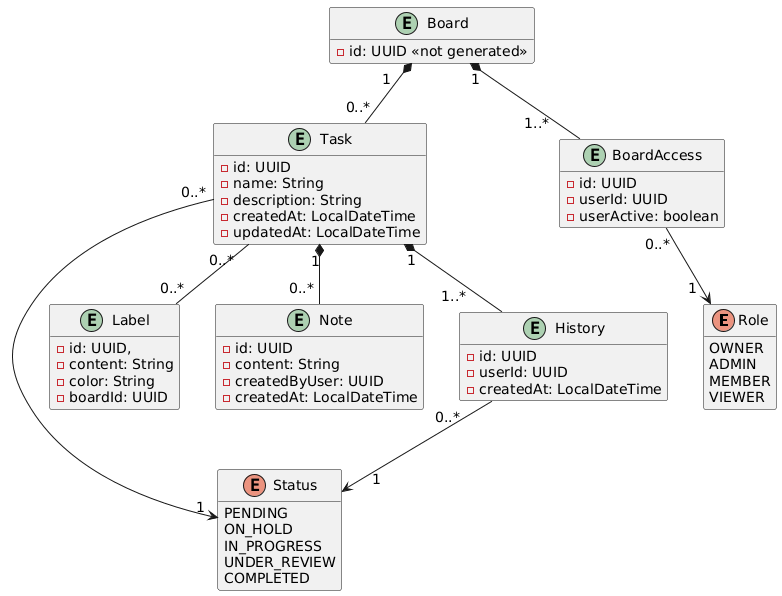
This is assets/diagrama_workflow_2.png from ArmandoEnrique1010K/TrelloMicroservices, a PlantUML export, as it was before one commit.
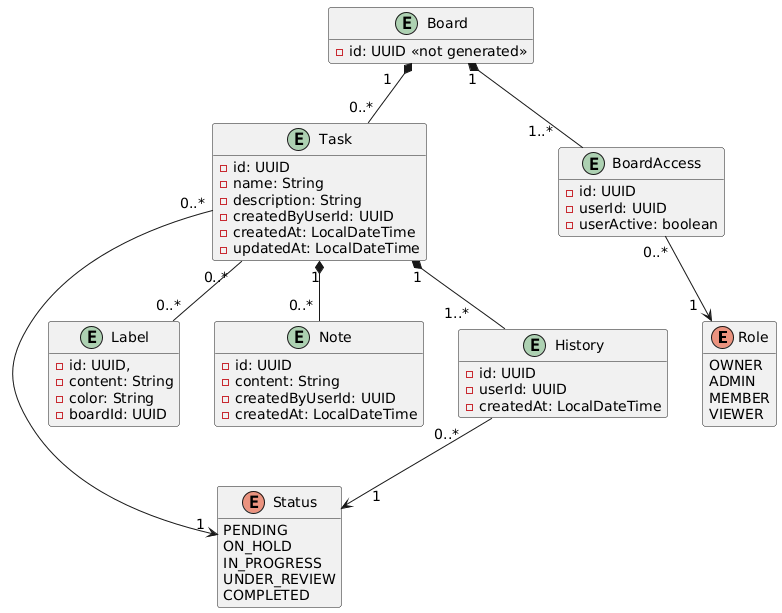
Above is the later version.

Commit message:
Documentar las respuestas 403 del microservicio Workflow

Se añade ejemplos detallados de respuesta 403 (Swagger) para los endpoints del microservicio Workflow, en notas y tareas, y actualiza el recurso del diagrama de flujo de trabajo. Esto clarifica los errores de autorización y de permisos basados ​​en roles en la documentación de la API para los usuarios de la misma.

What changed in the source:
```diff
@@ -35,6 +35,7 @@
   - id: UUID
   - name: String
   - description: String
+  - createdByUserId: UUID
   - createdAt: LocalDateTime
   - updatedAt: LocalDateTime
 }
@@ -49,7 +50,7 @@
 entity Note {
   - id: UUID
   - content: String
-  - createdByUser: UUID
+  - createdByUserId: UUID
   - createdAt: LocalDateTime
 }
 
```
